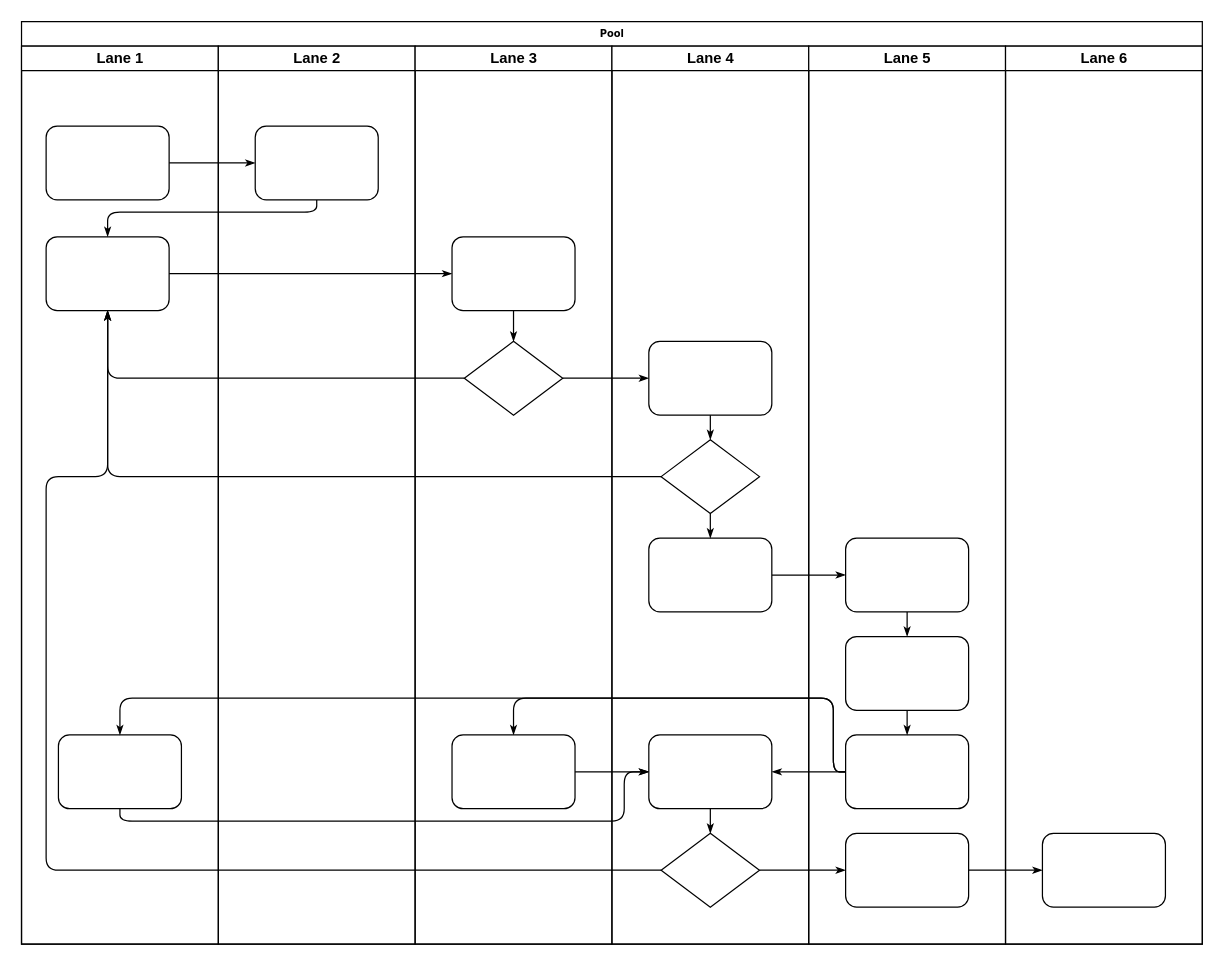
This is flow.drawio from ahodgedog/draw, a draw.io file, before an edit. Source tidied: cells renumbered, new cells numbered last; positions are measured from the earlier drawing's top-left corner, leaving out a move shared by most shapes. Both pictures are drawn from the tidied source at 123%, with x=0, y=0 at pixel (21, 21).
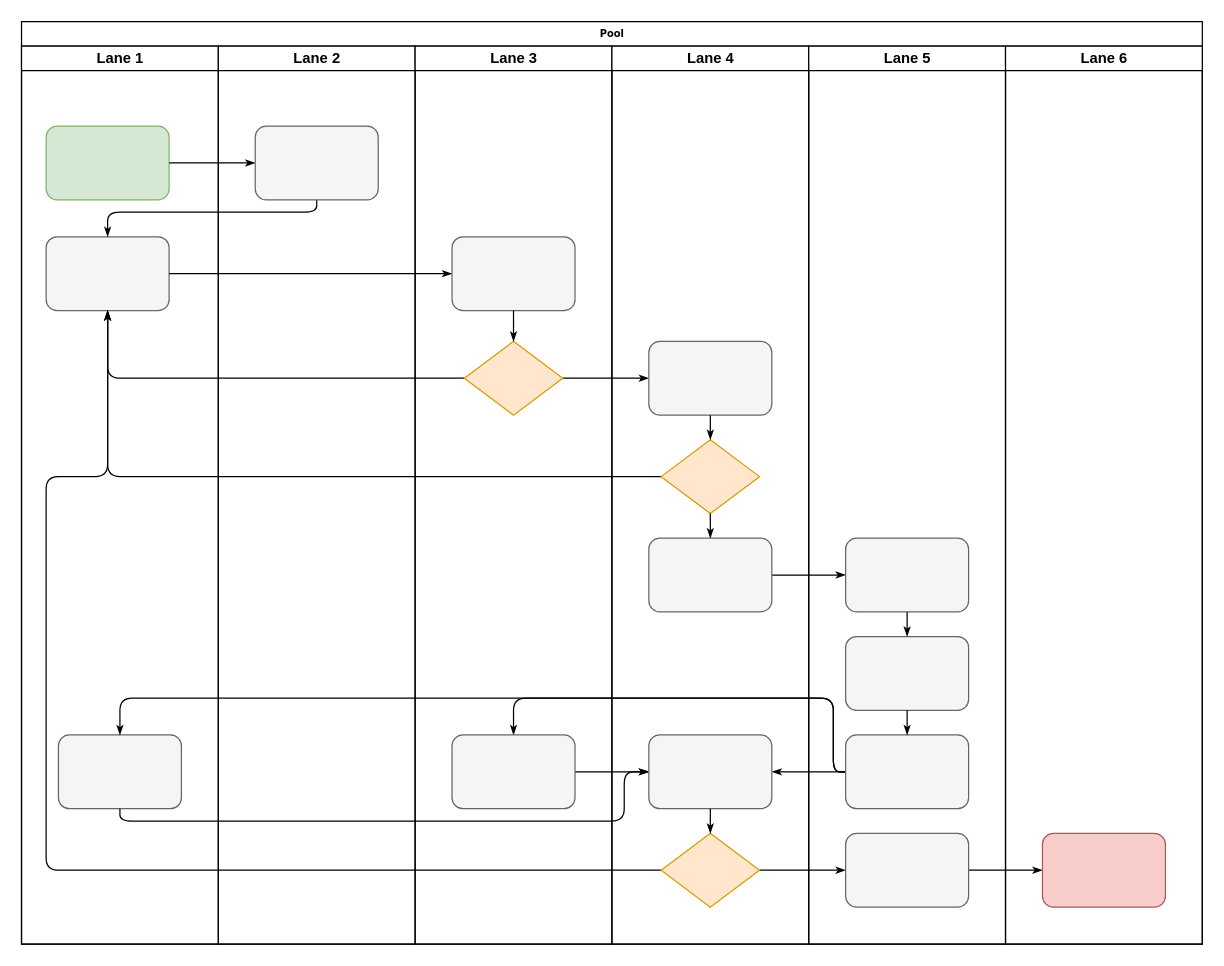
After the change.

The change refers to these unchanged cells:
```xml
<mxCell id="3" value="Lane 1" style="swimlane;html=1;startSize=20;" parent="2" vertex="1">
  <mxGeometry y="20" width="160" height="730" as="geometry" />
</mxCell>
<mxCell id="22" value="Lane 2" style="swimlane;html=1;startSize=20;" parent="2" vertex="1">
  <mxGeometry x="160" y="20" width="160" height="730" as="geometry" />
</mxCell>
<mxCell id="24" value="Lane 3" style="swimlane;html=1;startSize=20;" parent="2" vertex="1">
  <mxGeometry x="320" y="20" width="160" height="730" as="geometry" />
</mxCell>
<mxCell id="29" value="Lane 4" style="swimlane;html=1;startSize=20;" parent="2" vertex="1">
  <mxGeometry x="480" y="20" width="160" height="730" as="geometry" />
</mxCell>
<mxCell id="38" value="Lane 5" style="swimlane;html=1;startSize=20;" parent="2" vertex="1">
  <mxGeometry x="640" y="20" width="160" height="730" as="geometry" />
</mxCell>
<mxCell id="45" value="Lane 6" style="swimlane;html=1;startSize=20;" parent="2" vertex="1">
  <mxGeometry x="800" y="20" width="160" height="730" as="geometry" />
</mxCell>
```

The edit, as a diff of the source:
```diff
@@
-    <mxCell id="4" style="rounded=1;whiteSpace=wrap;html=1;shadow=0;labelBackgroundColor=none;strokeWidth=1;fontFamily=Verdana;fontSize=8;align=center;" parent="3" vertex="1">
+    <mxCell id="4" style="rounded=1;whiteSpace=wrap;html=1;shadow=0;labelBackgroundColor=none;strokeWidth=1;fontFamily=Verdana;fontSize=8;align=center;fillColor=#d5e8d4;strokeColor=#82b366;" parent="3" vertex="1">
       <mxGeometry x="20" y="65" width="100" height="60" as="geometry" />
     </mxCell>
-    <mxCell id="5" style="rounded=1;whiteSpace=wrap;html=1;shadow=0;labelBackgroundColor=none;strokeWidth=1;fontFamily=Verdana;fontSize=8;align=center;" parent="3" vertex="1">
+    <mxCell id="5" style="rounded=1;whiteSpace=wrap;html=1;shadow=0;labelBackgroundColor=none;strokeWidth=1;fontFamily=Verdana;fontSize=8;align=center;fillColor=#f5f5f5;strokeColor=#666666;fontColor=#333333;" parent="3" vertex="1">
       <mxGeometry x="20" y="155" width="100" height="60" as="geometry" />
     </mxCell>
-    <mxCell id="6" style="rounded=1;whiteSpace=wrap;html=1;shadow=0;labelBackgroundColor=none;strokeWidth=1;fontFamily=Verdana;fontSize=8;align=center;" parent="3" vertex="1">
+    <mxCell id="6" style="rounded=1;whiteSpace=wrap;html=1;shadow=0;labelBackgroundColor=none;strokeWidth=1;fontFamily=Verdana;fontSize=8;align=center;fillColor=#f5f5f5;strokeColor=#666666;fontColor=#333333;" parent="3" vertex="1">
       <mxGeometry x="30" y="560" width="100" height="60" as="geometry" />
     </mxCell>
@@
-    <mxCell id="23" style="rounded=1;whiteSpace=wrap;html=1;shadow=0;labelBackgroundColor=none;strokeWidth=1;fontFamily=Verdana;fontSize=8;align=center;" parent="22" vertex="1">
+    <mxCell id="23" style="rounded=1;whiteSpace=wrap;html=1;shadow=0;labelBackgroundColor=none;strokeWidth=1;fontFamily=Verdana;fontSize=8;align=center;fillColor=#f5f5f5;strokeColor=#666666;fontColor=#333333;" parent="22" vertex="1">
       <mxGeometry x="30" y="65" width="100" height="60" as="geometry" />
     </mxCell>
@@
-    <mxCell id="25" style="rounded=1;whiteSpace=wrap;html=1;shadow=0;labelBackgroundColor=none;strokeWidth=1;fontFamily=Verdana;fontSize=8;align=center;" parent="24" vertex="1">
+    <mxCell id="25" style="rounded=1;whiteSpace=wrap;html=1;shadow=0;labelBackgroundColor=none;strokeWidth=1;fontFamily=Verdana;fontSize=8;align=center;fillColor=#f5f5f5;strokeColor=#666666;fontColor=#333333;" parent="24" vertex="1">
       <mxGeometry x="30" y="155" width="100" height="60" as="geometry" />
     </mxCell>
-    <mxCell id="26" style="rhombus;whiteSpace=wrap;html=1;rounded=0;shadow=0;labelBackgroundColor=none;strokeWidth=1;fontFamily=Verdana;fontSize=8;align=center;" parent="24" vertex="1">
+    <mxCell id="26" style="rhombus;whiteSpace=wrap;html=1;rounded=0;shadow=0;labelBackgroundColor=none;strokeWidth=1;fontFamily=Verdana;fontSize=8;align=center;fillColor=#ffe6cc;strokeColor=#d79b00;" parent="24" vertex="1">
       <mxGeometry x="40" y="240" width="80" height="60" as="geometry" />
     </mxCell>
-    <mxCell id="27" style="rounded=1;whiteSpace=wrap;html=1;shadow=0;labelBackgroundColor=none;strokeWidth=1;fontFamily=Verdana;fontSize=8;align=center;" parent="24" vertex="1">
+    <mxCell id="27" style="rounded=1;whiteSpace=wrap;html=1;shadow=0;labelBackgroundColor=none;strokeWidth=1;fontFamily=Verdana;fontSize=8;align=center;fillColor=#f5f5f5;strokeColor=#666666;fontColor=#333333;" parent="24" vertex="1">
       <mxGeometry x="30" y="560" width="100" height="60" as="geometry" />
     </mxCell>
@@
-    <mxCell id="30" style="rounded=1;whiteSpace=wrap;html=1;shadow=0;labelBackgroundColor=none;strokeWidth=1;fontFamily=Verdana;fontSize=8;align=center;" parent="29" vertex="1">
+    <mxCell id="30" style="rounded=1;whiteSpace=wrap;html=1;shadow=0;labelBackgroundColor=none;strokeWidth=1;fontFamily=Verdana;fontSize=8;align=center;fillColor=#f5f5f5;strokeColor=#666666;fontColor=#333333;" parent="29" vertex="1">
       <mxGeometry x="30" y="240" width="100" height="60" as="geometry" />
     </mxCell>
-    <mxCell id="31" style="rhombus;whiteSpace=wrap;html=1;rounded=0;shadow=0;labelBackgroundColor=none;strokeWidth=1;fontFamily=Verdana;fontSize=8;align=center;" parent="29" vertex="1">
+    <mxCell id="31" style="rhombus;whiteSpace=wrap;html=1;rounded=0;shadow=0;labelBackgroundColor=none;strokeWidth=1;fontFamily=Verdana;fontSize=8;align=center;fillColor=#ffe6cc;strokeColor=#d79b00;" parent="29" vertex="1">
       <mxGeometry x="40" y="320" width="80" height="60" as="geometry" />
     </mxCell>
-    <mxCell id="32" style="rounded=1;whiteSpace=wrap;html=1;shadow=0;labelBackgroundColor=none;strokeWidth=1;fontFamily=Verdana;fontSize=8;align=center;" parent="29" vertex="1">
+    <mxCell id="32" style="rounded=1;whiteSpace=wrap;html=1;shadow=0;labelBackgroundColor=none;strokeWidth=1;fontFamily=Verdana;fontSize=8;align=center;fillColor=#f5f5f5;strokeColor=#666666;fontColor=#333333;" parent="29" vertex="1">
       <mxGeometry x="30" y="400" width="100" height="60" as="geometry" />
     </mxCell>
-    <mxCell id="33" style="rounded=1;whiteSpace=wrap;html=1;shadow=0;labelBackgroundColor=none;strokeWidth=1;fontFamily=Verdana;fontSize=8;align=center;" parent="29" vertex="1">
+    <mxCell id="33" style="rounded=1;whiteSpace=wrap;html=1;shadow=0;labelBackgroundColor=none;strokeWidth=1;fontFamily=Verdana;fontSize=8;align=center;fillColor=#f5f5f5;strokeColor=#666666;fontColor=#333333;" parent="29" vertex="1">
       <mxGeometry x="30" y="560" width="100" height="60" as="geometry" />
     </mxCell>
-    <mxCell id="34" style="rhombus;whiteSpace=wrap;html=1;rounded=0;shadow=0;labelBackgroundColor=none;strokeWidth=1;fontFamily=Verdana;fontSize=8;align=center;" parent="29" vertex="1">
+    <mxCell id="34" style="rhombus;whiteSpace=wrap;html=1;rounded=0;shadow=0;labelBackgroundColor=none;strokeWidth=1;fontFamily=Verdana;fontSize=8;align=center;fillColor=#ffe6cc;strokeColor=#d79b00;" parent="29" vertex="1">
       <mxGeometry x="40" y="640" width="80" height="60" as="geometry" />
     </mxCell>
@@
-    <mxCell id="39" style="rounded=1;whiteSpace=wrap;html=1;shadow=0;labelBackgroundColor=none;strokeWidth=1;fontFamily=Verdana;fontSize=8;align=center;" parent="38" vertex="1">
+    <mxCell id="39" style="rounded=1;whiteSpace=wrap;html=1;shadow=0;labelBackgroundColor=none;strokeWidth=1;fontFamily=Verdana;fontSize=8;align=center;fillColor=#f5f5f5;strokeColor=#666666;fontColor=#333333;" parent="38" vertex="1">
       <mxGeometry x="30" y="400" width="100" height="60" as="geometry" />
     </mxCell>
-    <mxCell id="40" style="rounded=1;whiteSpace=wrap;html=1;shadow=0;labelBackgroundColor=none;strokeWidth=1;fontFamily=Verdana;fontSize=8;align=center;" parent="38" vertex="1">
+    <mxCell id="40" style="rounded=1;whiteSpace=wrap;html=1;shadow=0;labelBackgroundColor=none;strokeWidth=1;fontFamily=Verdana;fontSize=8;align=center;fillColor=#f5f5f5;strokeColor=#666666;fontColor=#333333;" parent="38" vertex="1">
       <mxGeometry x="30" y="480" width="100" height="60" as="geometry" />
     </mxCell>
-    <mxCell id="41" style="rounded=1;whiteSpace=wrap;html=1;shadow=0;labelBackgroundColor=none;strokeWidth=1;fontFamily=Verdana;fontSize=8;align=center;" parent="38" vertex="1">
+    <mxCell id="41" style="rounded=1;whiteSpace=wrap;html=1;shadow=0;labelBackgroundColor=none;strokeWidth=1;fontFamily=Verdana;fontSize=8;align=center;fillColor=#f5f5f5;strokeColor=#666666;fontColor=#333333;" parent="38" vertex="1">
       <mxGeometry x="30" y="560" width="100" height="60" as="geometry" />
     </mxCell>
-    <mxCell id="42" style="rounded=1;whiteSpace=wrap;html=1;shadow=0;labelBackgroundColor=none;strokeWidth=1;fontFamily=Verdana;fontSize=8;align=center;" parent="38" vertex="1">
+    <mxCell id="42" style="rounded=1;whiteSpace=wrap;html=1;shadow=0;labelBackgroundColor=none;strokeWidth=1;fontFamily=Verdana;fontSize=8;align=center;fillColor=#f5f5f5;strokeColor=#666666;fontColor=#333333;" parent="38" vertex="1">
       <mxGeometry x="30" y="640" width="100" height="60" as="geometry" />
     </mxCell>
@@
-    <mxCell id="46" style="rounded=1;whiteSpace=wrap;html=1;shadow=0;labelBackgroundColor=none;strokeWidth=1;fontFamily=Verdana;fontSize=8;align=center;" parent="45" vertex="1">
+    <mxCell id="46" style="rounded=1;whiteSpace=wrap;html=1;shadow=0;labelBackgroundColor=none;strokeWidth=1;fontFamily=Verdana;fontSize=8;align=center;fillColor=#f8cecc;strokeColor=#b85450;" parent="45" vertex="1">
       <mxGeometry x="30" y="640" width="100" height="60" as="geometry" />
     </mxCell>
```
